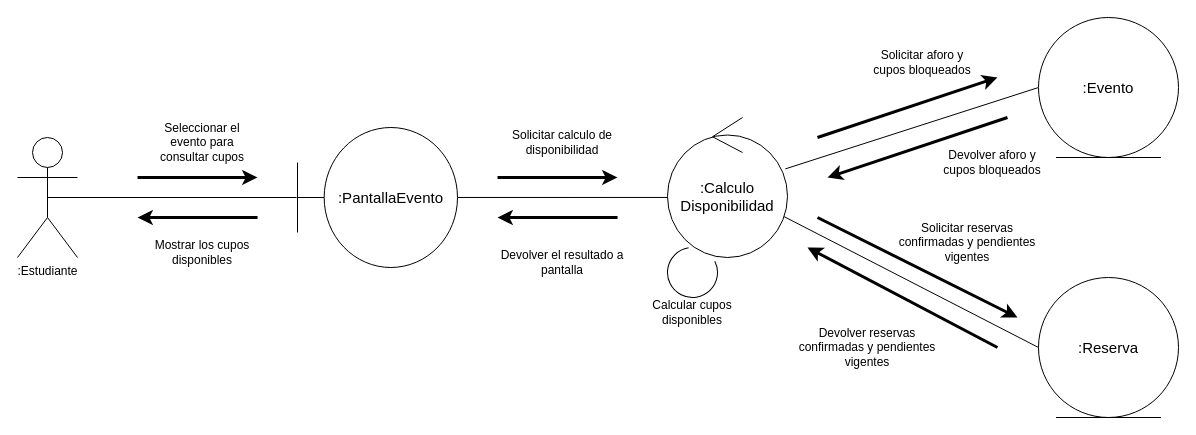
lauubeltran/isi-2026ii-SaberPro keeps this draw.io diagram as campusfest/diagramas de colaboración/F1 DDC consultar cupos.drawio. Above is the earlier version. Source tidied: cells renumbered, new cells numbered last; positions are measured from the earlier drawing's top-left corner, leaving out a move shared by most shapes. Both pictures are drawn from the tidied source at 100%, with x=0, y=0 at pixel (17, 17).
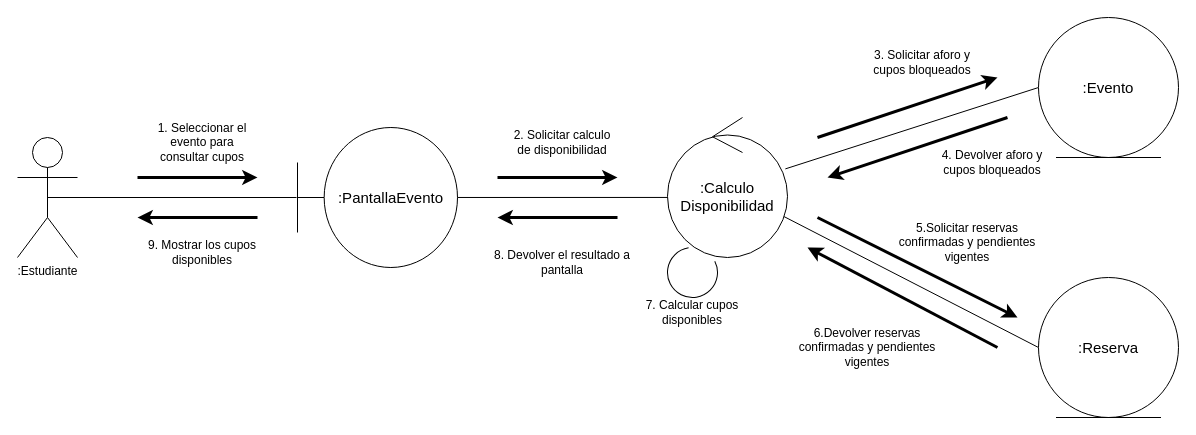
The same diagram, later.

Commit message (it also covers changes not shown here):
comienzo de los diagramas de secuencia, más la numeración que se me olvido en la de colaboración

The edit, as a diff of the source:
```diff
@@
-    <mxCell id="19" value="Seleccionar el evento para consultar cupos" style="text;html=1;whiteSpace=wrap;strokeColor=none;fillColor=none;align=center;verticalAlign=middle;rounded=0;fontColor=light-dark(#000000,#FFFFFF);" parent="1" vertex="1">
+    <mxCell id="19" value="1. Seleccionar el evento para consultar cupos" style="text;html=1;whiteSpace=wrap;strokeColor=none;fillColor=none;align=center;verticalAlign=middle;rounded=0;fontColor=light-dark(#000000,#FFFFFF);" parent="1" vertex="1">
       <mxGeometry x="130" y="110" width="110" height="30" as="geometry" />
     </mxCell>
-    <mxCell id="20" value="Solicitar calculo de disponibilidad" style="text;html=1;whiteSpace=wrap;strokeColor=none;fillColor=none;align=center;verticalAlign=middle;rounded=0;fontColor=light-dark(#000000,#FFFFFF);" parent="1" vertex="1">
+    <mxCell id="20" value="2. Solicitar calculo de disponibilidad" style="text;html=1;whiteSpace=wrap;strokeColor=none;fillColor=none;align=center;verticalAlign=middle;rounded=0;fontColor=light-dark(#000000,#FFFFFF);" parent="1" vertex="1">
       <mxGeometry x="490" y="110" width="110" height="30" as="geometry" />
     </mxCell>
-    <mxCell id="21" value="Solicitar aforo y cupos bloqueados" style="text;html=1;whiteSpace=wrap;strokeColor=none;fillColor=none;align=center;verticalAlign=middle;rounded=0;fontColor=light-dark(#000000,#FFFFFF);" parent="1" vertex="1">
+    <mxCell id="21" value="3. Solicitar aforo y cupos bloqueados" style="text;html=1;whiteSpace=wrap;strokeColor=none;fillColor=none;align=center;verticalAlign=middle;rounded=0;fontColor=light-dark(#000000,#FFFFFF);" parent="1" vertex="1">
       <mxGeometry x="850" y="30" width="110" height="30" as="geometry" />
     </mxCell>
-    <mxCell id="22" value="Solicitar reservas confirmadas y pendientes vigentes" style="text;html=1;whiteSpace=wrap;strokeColor=none;fillColor=none;align=center;verticalAlign=middle;rounded=0;fontColor=light-dark(#000000,#FFFFFF);" parent="1" vertex="1">
+    <mxCell id="22" value="5.Solicitar reservas confirmadas y pendientes vigentes" style="text;html=1;whiteSpace=wrap;strokeColor=none;fillColor=none;align=center;verticalAlign=middle;rounded=0;fontColor=light-dark(#000000,#FFFFFF);" parent="1" vertex="1">
       <mxGeometry x="880" y="210" width="140" height="30" as="geometry" />
     </mxCell>
-    <mxCell id="23" value="Calcular cupos disponibles" style="text;html=1;whiteSpace=wrap;strokeColor=none;fillColor=none;align=center;verticalAlign=middle;rounded=0;fontColor=light-dark(#000000,#FFFFFF);" parent="1" vertex="1">
+    <mxCell id="23" value="7. Calcular cupos disponibles" style="text;html=1;whiteSpace=wrap;strokeColor=none;fillColor=none;align=center;verticalAlign=middle;rounded=0;fontColor=light-dark(#000000,#FFFFFF);" parent="1" vertex="1">
       <mxGeometry x="620" y="280" width="110" height="30" as="geometry" />
     </mxCell>
@@
-    <mxCell id="25" value="Devolver aforo y cupos bloqueados" style="text;html=1;whiteSpace=wrap;strokeColor=none;fillColor=none;align=center;verticalAlign=middle;rounded=0;fontColor=light-dark(#000000,#FFFFFF);" parent="1" vertex="1">
+    <mxCell id="25" value="4. Devolver aforo y cupos bloqueados" style="text;html=1;whiteSpace=wrap;strokeColor=none;fillColor=none;align=center;verticalAlign=middle;rounded=0;fontColor=light-dark(#000000,#FFFFFF);" parent="1" vertex="1">
       <mxGeometry x="920" y="130" width="110" height="30" as="geometry" />
     </mxCell>
-    <mxCell id="26" value="Devolver reservas confirmadas y pendientes vigentes" style="text;html=1;whiteSpace=wrap;strokeColor=none;fillColor=none;align=center;verticalAlign=middle;rounded=0;fontColor=light-dark(#000000,#FFFFFF);" parent="1" vertex="1">
+    <mxCell id="26" value="6.Devolver reservas confirmadas y pendientes vigentes" style="text;html=1;whiteSpace=wrap;strokeColor=none;fillColor=none;align=center;verticalAlign=middle;rounded=0;fontColor=light-dark(#000000,#FFFFFF);" parent="1" vertex="1">
       <mxGeometry x="780" y="315" width="140" height="30" as="geometry" />
     </mxCell>
-    <mxCell id="27" value="Devolver el resultado a pantalla" style="text;html=1;whiteSpace=wrap;strokeColor=none;fillColor=none;align=center;verticalAlign=middle;rounded=0;fontColor=light-dark(#000000,#FFFFFF);" parent="1" vertex="1">
+    <mxCell id="27" value="8. Devolver el resultado a pantalla" style="text;html=1;whiteSpace=wrap;strokeColor=none;fillColor=none;align=center;verticalAlign=middle;rounded=0;fontColor=light-dark(#000000,#FFFFFF);" parent="1" vertex="1">
       <mxGeometry x="475" y="230" width="140" height="30" as="geometry" />
     </mxCell>
-    <mxCell id="28" value="Mostrar los cupos disponibles" style="text;html=1;whiteSpace=wrap;strokeColor=none;fillColor=none;align=center;verticalAlign=middle;rounded=0;fontColor=light-dark(#000000,#FFFFFF);" parent="1" vertex="1">
+    <mxCell id="28" value="9. Mostrar los cupos disponibles" style="text;html=1;whiteSpace=wrap;strokeColor=none;fillColor=none;align=center;verticalAlign=middle;rounded=0;fontColor=light-dark(#000000,#FFFFFF);" parent="1" vertex="1">
       <mxGeometry x="115" y="220" width="140" height="30" as="geometry" />
     </mxCell>
```
